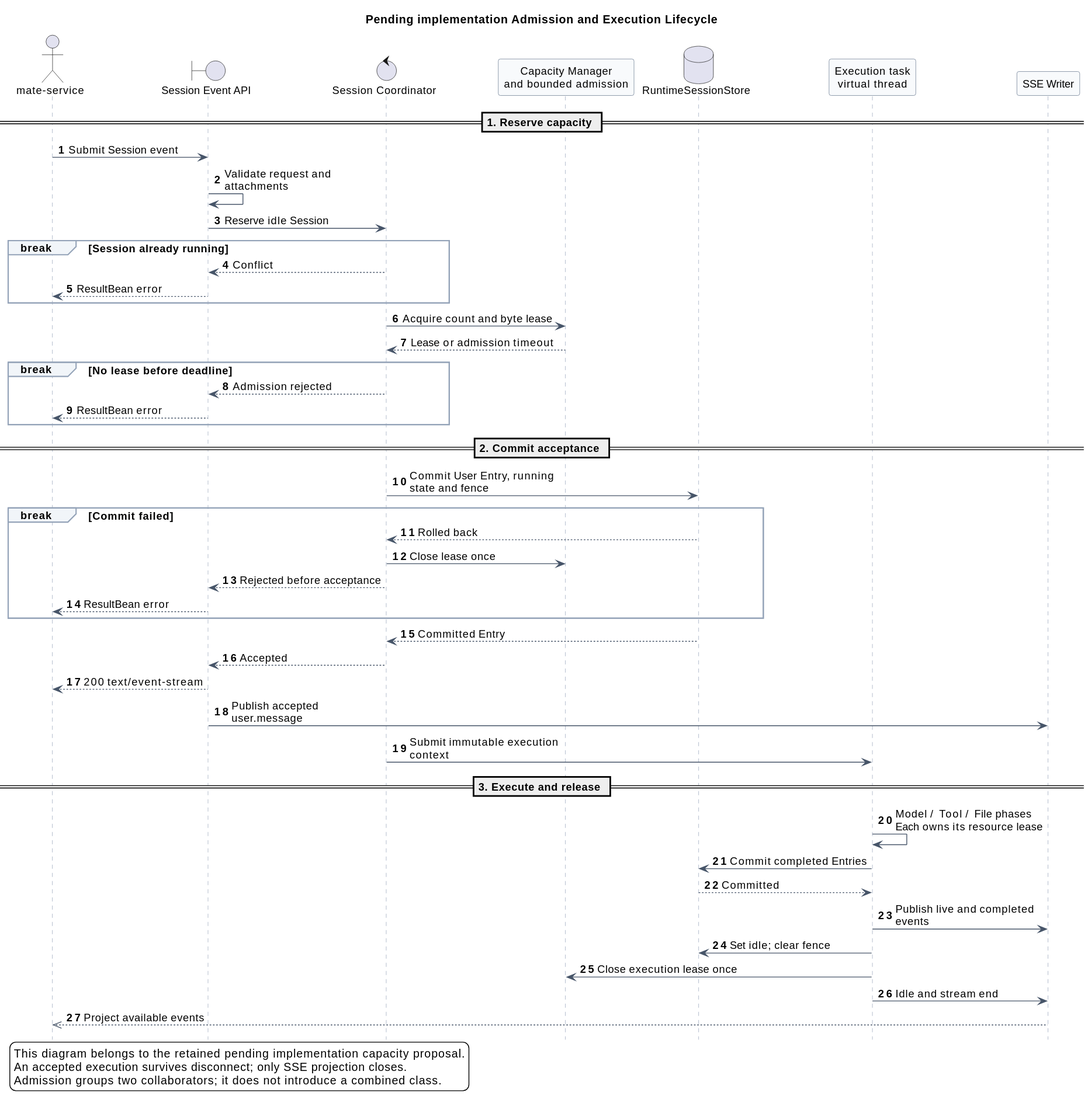
Before: 01-总体架构/03-虚拟线程并发管理/execution_admission_and_lifecycle.svg, a diagram exported from PlantUML (ssm0808/pi-mono-java-design).
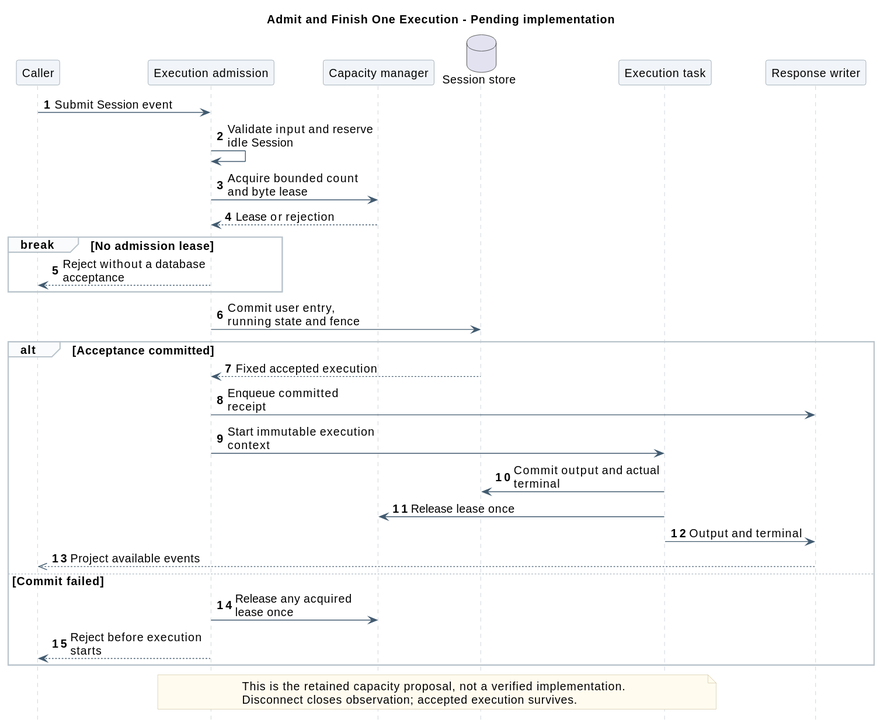
After the commit.

Change to the diagram source:
```diff
@@ -1,71 +1,50 @@
 @startuml
-title Pending implementation Admission and Execution Lifecycle
+skinparam backgroundColor white
+skinparam defaultFontName SansSerif
+skinparam defaultFontSize 14
+skinparam shadowing false
+skinparam sequenceMessageAlign left
+skinparam maxMessageSize 180
+skinparam sequenceArrowColor #425B70
+skinparam sequenceLifeLineBorderColor #BAC4CC
+skinparam sequenceParticipantBackgroundColor #F1F5F9
+skinparam sequenceParticipantBorderColor #8496A4
+skinparam sequenceGroupBackgroundColor #FAFBFC
+skinparam sequenceGroupBorderColor #BAC4CC
+skinparam noteBackgroundColor #FFFBEF
+skinparam noteBorderColor #D2C6A5
+hide footbox
 autonumber
-hide footbox
-skinparam backgroundColor white
-skinparam shadowing false
-skinparam defaultFontSize 13
-skinparam maxMessageSize 190
-skinparam BoxPadding 10
-skinparam sequence {
-  ArrowColor #475569
-  LifeLineBorderColor #94A3B8
-  ParticipantBorderColor #64748B
-  ParticipantBackgroundColor #F8FAFC
-  GroupBorderColor #94A3B8
-  GroupBackgroundColor #F1F5F9
-}
 
-actor "mate-service" as Client
-boundary "Session Event API" as API
-control "Session Coordinator" as Session
-participant "Capacity Manager\nand bounded admission" as Capacity
-database "RuntimeSessionStore" as Store
-participant "Execution task\nvirtual thread" as Task
-participant "SSE Writer" as SSE
-
-== 1. Reserve capacity ==
-Client -> API : Submit Session event
-API -> API : Validate request and attachments
-API -> Session : Reserve idle Session
-break Session already running
-  Session --> API : Conflict
-  API --> Client : ResultBean error
+title Admit and Finish One Execution - Pending implementation
+participant Caller
+participant "Execution admission" as Admission
+participant "Capacity manager" as Capacity
+database "Session store" as Store
+participant "Execution task" as Task
+participant "Response writer" as Response
+Caller -> Admission : Submit Session event
+Admission -> Admission : Validate input and reserve idle Session
+Admission -> Capacity : Acquire bounded count and byte lease
+Capacity --> Admission : Lease or rejection
+break No admission lease
+  Admission --> Caller : Reject without a database acceptance
 end
-Session -> Capacity : Acquire count and byte lease
-Capacity --> Session : Lease or admission timeout
-break No lease before deadline
-  Session --> API : Admission rejected
-  API --> Client : ResultBean error
+Admission -> Store : Commit user entry, running state and fence
+alt Acceptance committed
+  Store --> Admission : Fixed accepted execution
+  Admission -> Response : Enqueue committed receipt
+  Admission -> Task : Start immutable execution context
+  Task -> Store : Commit output and actual terminal
+  Task -> Capacity : Release lease once
+  Task -> Response : Output and terminal
+  Response -->> Caller : Project available events
+else Commit failed
+  Admission -> Capacity : Release any acquired lease once
+  Admission --> Caller : Reject before execution starts
 end
-
-== 2. Commit acceptance ==
-Session -> Store : Commit User Entry, running state and fence
-break Commit failed
-  Store --> Session : Rolled back
-  Session -> Capacity : Close lease once
-  Session --> API : Rejected before acceptance
-  API --> Client : ResultBean error
-end
-  Store --> Session : Committed Entry
-  Session --> API : Accepted
-  API --> Client : 200 text/event-stream
-  API -> SSE : Publish accepted user.message
-Session -> Task : Submit immutable execution context
-
-== 3. Execute and release ==
-Task -> Task : Model / Tool / File phases\nEach owns its resource lease
-Task -> Store : Commit completed Entries
-Store --> Task : Committed
-Task -> SSE : Publish live and completed events
-Task -> Store : Set idle; clear fence
-Task -> Capacity : Close execution lease once
-Task -> SSE : Idle and stream end
-SSE -->> Client : Project available events
-
-legend bottom left
-This diagram belongs to the retained pending implementation capacity proposal.
-An accepted execution survives disconnect; only SSE projection closes.
-Admission groups two collaborators; it does not introduce a combined class.
-endlegend
+note over Admission,Task
+  This is the retained capacity proposal, not a verified implementation.
+  Disconnect closes observation; accepted execution survives.
+end note
 @enduml
```
